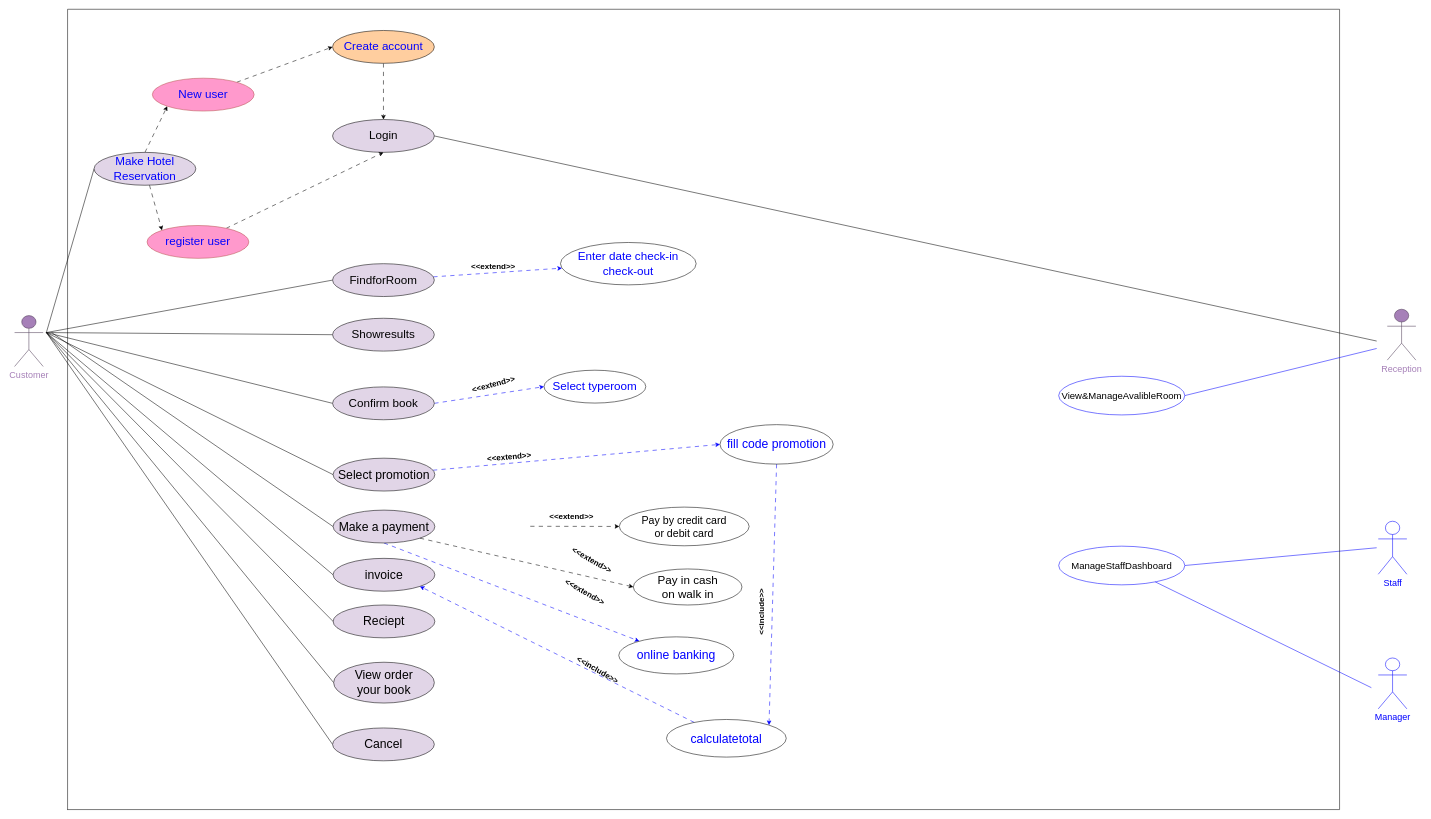
Before: usecase1.drawio in Yaya25aom/bookhotel, a draw.io diagram. Source tidied: cells renumbered, new cells numbered last; positions are measured from the earlier drawing's top-left corner, leaving out a move shared by most shapes. Both pictures are drawn from the tidied source at 53%, with x=0, y=0 at pixel (14, 9).
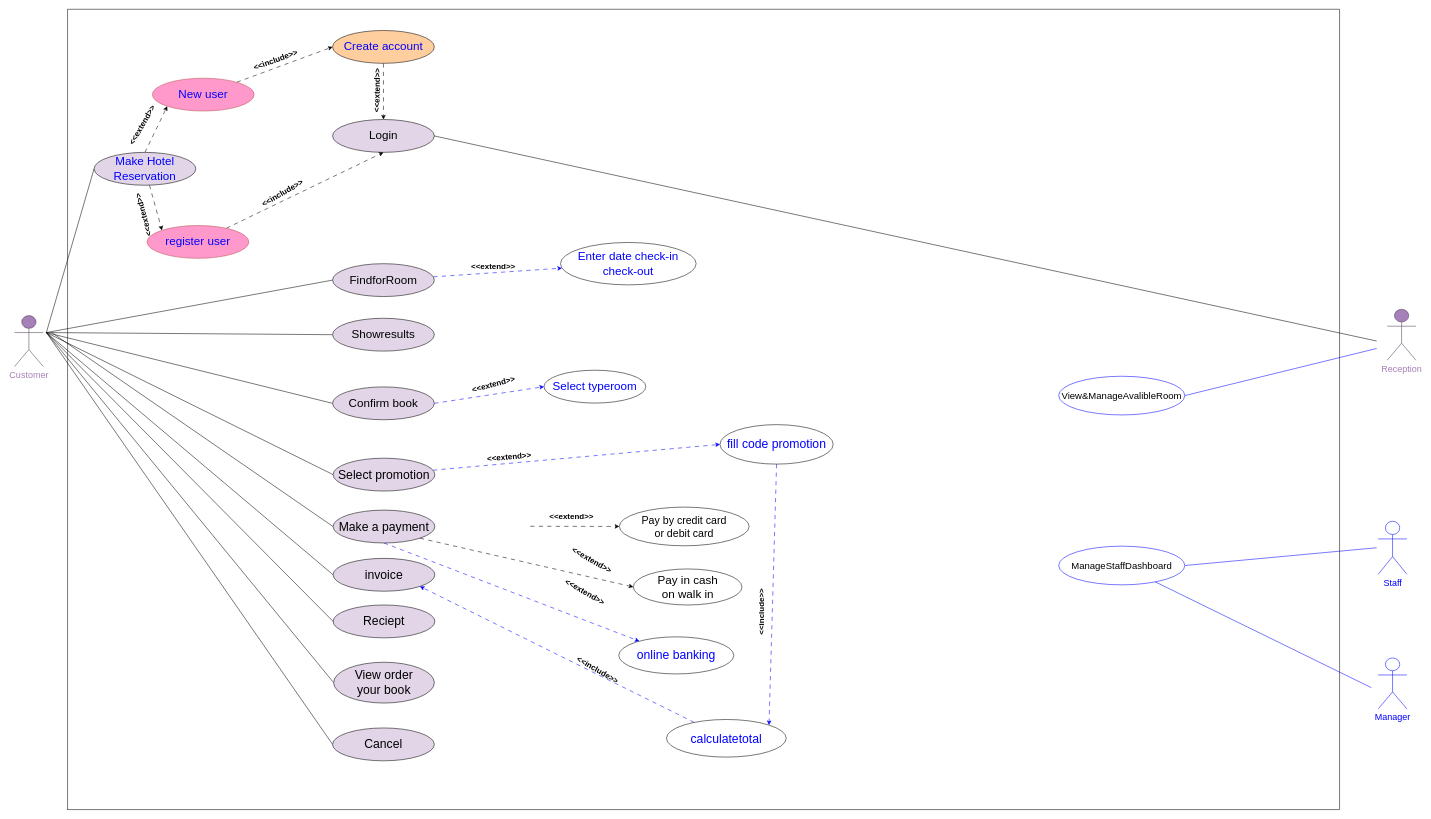
The same page after the edit.

What changed in the source:
```diff
@@
+    <mxCell id="68" value="&lt;span style=&quot;font-size: 15px;&quot;&gt;&lt;b&gt;&amp;lt;&amp;lt;extend&amp;gt;&amp;gt;&lt;/b&gt;&lt;/span&gt;" style="text;html=1;strokeColor=none;fillColor=none;align=center;verticalAlign=middle;whiteSpace=wrap;rounded=0;fontSize=11;fontFamily=Helvetica;fontColor=default;rotation=-60;" parent="1" vertex="1">
+      <mxGeometry x="187" y="204" width="106.9" height="28.2" as="geometry" />
+    </mxCell>
+    <mxCell id="69" value="&lt;span style=&quot;font-size: 15px;&quot;&gt;&lt;b&gt;&amp;lt;&amp;lt;extend&amp;gt;&amp;gt;&lt;/b&gt;&lt;/span&gt;" style="text;html=1;strokeColor=none;fillColor=none;align=center;verticalAlign=middle;whiteSpace=wrap;rounded=0;fontSize=11;fontFamily=Helvetica;fontColor=default;rotation=-105;" parent="1" vertex="1">
+      <mxGeometry x="189.1" y="373.8" width="106.9" height="28.2" as="geometry" />
+    </mxCell>
+    <mxCell id="70" value="&lt;span style=&quot;font-size: 15px;&quot;&gt;&lt;b&gt;&amp;lt;&amp;lt;include&amp;gt;&amp;gt;&lt;/b&gt;&lt;/span&gt;" style="text;html=1;strokeColor=none;fillColor=none;align=center;verticalAlign=middle;whiteSpace=wrap;rounded=0;fontSize=11;fontFamily=Helvetica;fontColor=default;rotation=-20;" parent="1" vertex="1">
+      <mxGeometry x="439" y="80.8" width="106.9" height="28.2" as="geometry" />
+    </mxCell>
+    <mxCell id="71" value="&lt;span style=&quot;font-size: 15px;&quot;&gt;&lt;b&gt;&amp;lt;&amp;lt;include&amp;gt;&amp;gt;&lt;/b&gt;&lt;/span&gt;" style="text;html=1;strokeColor=none;fillColor=none;align=center;verticalAlign=middle;whiteSpace=wrap;rounded=0;fontSize=11;fontFamily=Helvetica;fontColor=default;rotation=-30;" parent="1" vertex="1">
+      <mxGeometry x="452" y="332" width="106.9" height="28.2" as="geometry" />
+    </mxCell>
+    <mxCell id="72" value="&lt;span style=&quot;font-size: 15px;&quot;&gt;&lt;b&gt;&amp;lt;&amp;lt;extend&amp;gt;&amp;gt;&lt;/b&gt;&lt;/span&gt;" style="text;html=1;strokeColor=none;fillColor=none;align=center;verticalAlign=middle;whiteSpace=wrap;rounded=0;fontSize=11;fontFamily=Helvetica;fontColor=default;rotation=-89;" parent="1" vertex="1">
+      <mxGeometry x="630" y="138.9" width="106.9" height="28.2" as="geometry" />
+    </mxCell>
```
